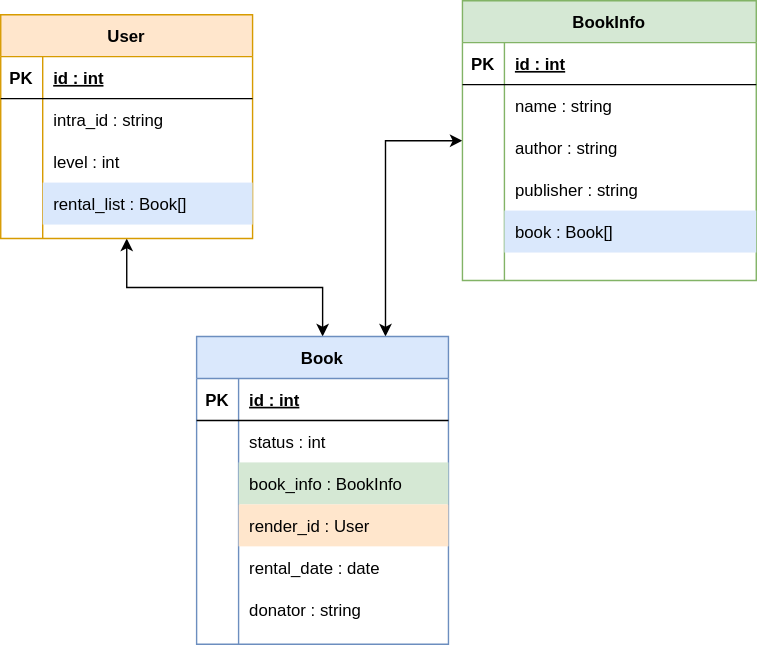
Before: 42LIB_DB_SCHEMA.svg, a diagram exported from draw.io (JaeSeoKim/book42book). Source tidied: cells renumbered, new cells last; positions are measured from the earlier drawing's top-left corner, leaving out a move shared by most shapes. Source of this version:
```xml
<mxGraphModel>
  <root>
    <mxCell id="0" />
    <mxCell id="1" parent="0" />
    <mxCell id="2" style="edgeStyle=orthogonalEdgeStyle;rounded=0;jettySize=auto;html=1;startArrow=classic;startFill=1;" parent="1" edge="1" source="3" target="30">
      <mxGeometry relative="1" as="geometry" />
    </mxCell>
    <mxCell id="3" value="User" style="shape=table;startSize=30;rowLines=0;fontStyle=1;align=center;fillColor=#ffe6cc;strokeColor=#d79b00;" parent="1" vertex="1">
      <mxGeometry y="10" width="180" height="160" as="geometry" />
    </mxCell>
    <mxCell id="4" style="shape=partialRectangle;fillColor=none;top=0;left=0;bottom=1;right=0;" parent="3" vertex="1">
      <mxGeometry y="30" width="180" height="30" as="geometry" />
    </mxCell>
    <mxCell id="5" value="PK" style="shape=partialRectangle;fillColor=none;top=0;left=0;bottom=0;right=0;fontStyle=1;overflow=hidden;" parent="4" vertex="1">
      <mxGeometry width="30" height="30" as="geometry" />
    </mxCell>
    <mxCell id="6" value="id : int" style="shape=partialRectangle;fillColor=none;top=0;left=0;bottom=0;right=0;align=left;spacingLeft=6;fontStyle=5;overflow=hidden;" parent="4" vertex="1">
      <mxGeometry x="30" width="150" height="30" as="geometry" />
    </mxCell>
    <mxCell id="7" style="shape=partialRectangle;fillColor=none;top=0;left=0;bottom=0;right=0;" parent="3" vertex="1">
      <mxGeometry y="60" width="180" height="30" as="geometry" />
    </mxCell>
    <mxCell id="8" style="shape=partialRectangle;fillColor=none;top=0;left=0;bottom=0;right=0;overflow=hidden;" parent="7" vertex="1">
      <mxGeometry width="30" height="30" as="geometry" />
    </mxCell>
    <mxCell id="9" value="intra_id : string" style="shape=partialRectangle;fillColor=none;top=0;left=0;bottom=0;right=0;align=left;spacingLeft=6;overflow=hidden;" parent="7" vertex="1">
      <mxGeometry x="30" width="150" height="30" as="geometry" />
    </mxCell>
    <mxCell id="10" style="shape=partialRectangle;fillColor=none;top=0;left=0;bottom=0;right=0;" parent="3" vertex="1">
      <mxGeometry y="90" width="180" height="30" as="geometry" />
    </mxCell>
    <mxCell id="11" style="shape=partialRectangle;fillColor=none;top=0;left=0;bottom=0;right=0;overflow=hidden;" parent="10" vertex="1">
      <mxGeometry width="30" height="30" as="geometry" />
    </mxCell>
    <mxCell id="12" value="level : int" style="shape=partialRectangle;fillColor=none;top=0;left=0;bottom=0;right=0;align=left;spacingLeft=6;overflow=hidden;" parent="10" vertex="1">
      <mxGeometry x="30" width="150" height="30" as="geometry" />
    </mxCell>
    <mxCell id="13" style="shape=partialRectangle;fillColor=none;top=0;left=0;bottom=0;right=0;" parent="3" vertex="1">
      <mxGeometry y="120" width="180" height="30" as="geometry" />
    </mxCell>
    <mxCell id="14" style="shape=partialRectangle;fillColor=none;top=0;left=0;bottom=0;right=0;overflow=hidden;" parent="13" vertex="1">
      <mxGeometry width="30" height="30" as="geometry" />
    </mxCell>
    <mxCell id="15" style="shape=partialRectangle;fillColor=none;top=0;left=0;bottom=0;right=0;align=left;spacingLeft=6;overflow=hidden;" parent="13" vertex="1">
      <mxGeometry x="30" width="150" height="30" as="geometry" />
    </mxCell>
    <mxCell id="16" style="edgeStyle=orthogonalEdgeStyle;rounded=0;jettySize=auto;html=1;entryX=0.75;entryY=0;entryDx=0;entryDy=0;startArrow=classic;startFill=1;strokeColor=#000000;" parent="1" edge="1" source="17" target="30">
      <mxGeometry relative="1" as="geometry" />
    </mxCell>
    <mxCell id="17" value="BookInfo" style="shape=table;startSize=30;rowLines=0;fontStyle=1;align=center;fillColor=#d5e8d4;strokeColor=#82b366;" parent="1" vertex="1">
      <mxGeometry x="330" width="210" height="200" as="geometry" />
    </mxCell>
    <mxCell id="18" style="shape=partialRectangle;fillColor=none;top=0;left=0;bottom=1;right=0;" parent="17" vertex="1">
      <mxGeometry y="30" width="210" height="30" as="geometry" />
    </mxCell>
    <mxCell id="19" value="PK" style="shape=partialRectangle;fillColor=none;top=0;left=0;bottom=0;right=0;fontStyle=1;overflow=hidden;" parent="18" vertex="1">
      <mxGeometry width="30" height="30" as="geometry" />
    </mxCell>
    <mxCell id="20" value="id : int" style="shape=partialRectangle;fillColor=none;top=0;left=0;bottom=0;right=0;align=left;spacingLeft=6;fontStyle=5;overflow=hidden;" parent="18" vertex="1">
      <mxGeometry x="30" width="180" height="30" as="geometry" />
    </mxCell>
    <mxCell id="21" style="shape=partialRectangle;fillColor=none;top=0;left=0;bottom=0;right=0;" parent="17" vertex="1">
      <mxGeometry y="60" width="210" height="30" as="geometry" />
    </mxCell>
    <mxCell id="22" style="shape=partialRectangle;fillColor=none;top=0;left=0;bottom=0;right=0;overflow=hidden;" parent="21" vertex="1">
      <mxGeometry width="30" height="30" as="geometry" />
    </mxCell>
    <mxCell id="23" value="name : string" style="shape=partialRectangle;fillColor=none;top=0;left=0;bottom=0;right=0;align=left;spacingLeft=6;overflow=hidden;" parent="21" vertex="1">
      <mxGeometry x="30" width="180" height="30" as="geometry" />
    </mxCell>
    <mxCell id="24" style="shape=partialRectangle;fillColor=none;top=0;left=0;bottom=0;right=0;" parent="17" vertex="1">
      <mxGeometry y="90" width="210" height="30" as="geometry" />
    </mxCell>
    <mxCell id="25" style="shape=partialRectangle;fillColor=none;top=0;left=0;bottom=0;right=0;overflow=hidden;" parent="24" vertex="1">
      <mxGeometry width="30" height="30" as="geometry" />
    </mxCell>
    <mxCell id="26" value="author : string" style="shape=partialRectangle;fillColor=none;top=0;left=0;bottom=0;right=0;align=left;spacingLeft=6;overflow=hidden;" parent="24" vertex="1">
      <mxGeometry x="30" width="180" height="30" as="geometry" />
    </mxCell>
    <mxCell id="27" style="shape=partialRectangle;fillColor=none;top=0;left=0;bottom=0;right=0;" parent="17" vertex="1">
      <mxGeometry y="120" width="210" height="30" as="geometry" />
    </mxCell>
    <mxCell id="28" style="shape=partialRectangle;fillColor=none;top=0;left=0;bottom=0;right=0;overflow=hidden;" parent="27" vertex="1">
      <mxGeometry width="30" height="30" as="geometry" />
    </mxCell>
    <mxCell id="29" value="publisher : string" style="shape=partialRectangle;fillColor=none;top=0;left=0;bottom=0;right=0;align=left;spacingLeft=6;overflow=hidden;" parent="27" vertex="1">
      <mxGeometry x="30" width="180" height="30" as="geometry" />
    </mxCell>
    <mxCell id="30" value="Book" style="shape=table;startSize=30;rowLines=0;fontStyle=1;align=center;fillColor=#dae8fc;strokeColor=#6c8ebf;" parent="1" vertex="1">
      <mxGeometry x="140" y="240" width="180" height="220" as="geometry" />
    </mxCell>
    <mxCell id="31" style="shape=partialRectangle;fillColor=none;top=0;left=0;bottom=1;right=0;" parent="30" vertex="1">
      <mxGeometry y="30" width="180" height="30" as="geometry" />
    </mxCell>
    <mxCell id="32" value="PK" style="shape=partialRectangle;fillColor=none;top=0;left=0;bottom=0;right=0;fontStyle=1;overflow=hidden;" parent="31" vertex="1">
      <mxGeometry width="30" height="30" as="geometry" />
    </mxCell>
    <mxCell id="33" value="id : int" style="shape=partialRectangle;fillColor=none;top=0;left=0;bottom=0;right=0;align=left;spacingLeft=6;fontStyle=5;overflow=hidden;" parent="31" vertex="1">
      <mxGeometry x="30" width="150" height="30" as="geometry" />
    </mxCell>
    <mxCell id="34" style="shape=partialRectangle;fillColor=none;top=0;left=0;bottom=0;right=0;" parent="30" vertex="1">
      <mxGeometry y="60" width="180" height="30" as="geometry" />
    </mxCell>
    <mxCell id="35" style="shape=partialRectangle;fillColor=none;top=0;left=0;bottom=0;right=0;overflow=hidden;" parent="34" vertex="1">
      <mxGeometry width="30" height="30" as="geometry" />
    </mxCell>
    <mxCell id="36" value="status : int" style="shape=partialRectangle;fillColor=none;top=0;left=0;bottom=0;right=0;align=left;spacingLeft=6;overflow=hidden;" parent="34" vertex="1">
      <mxGeometry x="30" width="150" height="30" as="geometry" />
    </mxCell>
    <mxCell id="37" style="shape=partialRectangle;fillColor=none;top=0;left=0;bottom=0;right=0;" parent="30" vertex="1">
      <mxGeometry y="90" width="180" height="30" as="geometry" />
    </mxCell>
    <mxCell id="38" style="shape=partialRectangle;fillColor=none;top=0;left=0;bottom=0;right=0;overflow=hidden;" parent="37" vertex="1">
      <mxGeometry width="30" height="30" as="geometry" />
    </mxCell>
    <mxCell id="39" value="book_info : BookInfo" style="shape=partialRectangle;fillColor=#d5e8d4;top=0;left=0;bottom=0;right=0;align=left;spacingLeft=6;overflow=hidden;strokeColor=#82b366;" parent="37" vertex="1">
      <mxGeometry x="30" width="150" height="30" as="geometry" />
    </mxCell>
    <mxCell id="40" style="shape=partialRectangle;fillColor=none;top=0;left=0;bottom=0;right=0;" parent="30" vertex="1">
      <mxGeometry y="120" width="180" height="30" as="geometry" />
    </mxCell>
    <mxCell id="41" style="shape=partialRectangle;fillColor=none;top=0;left=0;bottom=0;right=0;overflow=hidden;" parent="40" vertex="1">
      <mxGeometry width="30" height="30" as="geometry" />
    </mxCell>
    <mxCell id="42" value="render_id : User" style="shape=partialRectangle;fillColor=#ffe6cc;top=0;left=0;bottom=0;right=0;align=left;spacingLeft=6;overflow=hidden;strokeColor=#d79b00;" parent="40" vertex="1">
      <mxGeometry x="30" width="150" height="30" as="geometry" />
    </mxCell>
    <mxCell id="43" value="donator : string" style="shape=partialRectangle;fillColor=none;top=0;left=0;bottom=0;right=0;align=left;spacingLeft=6;overflow=hidden;" parent="1" vertex="1">
      <mxGeometry x="170" y="420" width="150" height="30" as="geometry" />
    </mxCell>
    <mxCell id="44" value="rental_date : date" style="shape=partialRectangle;fillColor=none;top=0;left=0;bottom=0;right=0;align=left;spacingLeft=6;overflow=hidden;" parent="1" vertex="1">
      <mxGeometry x="170" y="390" width="150" height="30" as="geometry" />
    </mxCell>
    <mxCell id="45" value="book : Book[]" style="shape=partialRectangle;fillColor=#dae8fc;top=0;left=0;bottom=0;right=0;align=left;spacingLeft=6;overflow=hidden;strokeColor=#6c8ebf;" parent="1" vertex="1">
      <mxGeometry x="360" y="150" width="180" height="30" as="geometry" />
    </mxCell>
    <mxCell id="46" value="rental_list : Book[]" style="shape=partialRectangle;fillColor=#dae8fc;top=0;left=0;bottom=0;right=0;align=left;spacingLeft=6;overflow=hidden;strokeColor=#6c8ebf;" parent="1" vertex="1">
      <mxGeometry x="30" y="130" width="150" height="30" as="geometry" />
    </mxCell>
  </root>
</mxGraphModel>
```
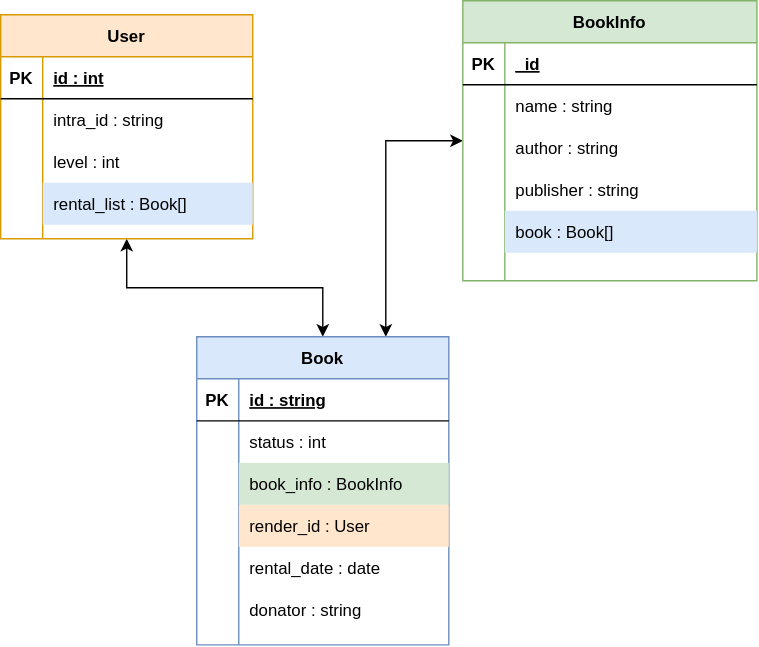
Above is the later version.

Diff of the diagram source:
```diff
@@ -56,7 +56,7 @@
     <mxCell id="19" value="PK" style="shape=partialRectangle;fillColor=none;top=0;left=0;bottom=0;right=0;fontStyle=1;overflow=hidden;" parent="18" vertex="1">
       <mxGeometry width="30" height="30" as="geometry" />
     </mxCell>
-    <mxCell id="20" value="id : int" style="shape=partialRectangle;fillColor=none;top=0;left=0;bottom=0;right=0;align=left;spacingLeft=6;fontStyle=5;overflow=hidden;" parent="18" vertex="1">
+    <mxCell id="20" value="_id" style="shape=partialRectangle;fillColor=none;top=0;left=0;bottom=0;right=0;align=left;spacingLeft=6;fontStyle=5;overflow=hidden;" parent="18" vertex="1">
       <mxGeometry x="30" width="180" height="30" as="geometry" />
     </mxCell>
     <mxCell id="21" style="shape=partialRectangle;fillColor=none;top=0;left=0;bottom=0;right=0;" parent="17" vertex="1">
@@ -95,7 +95,7 @@
     <mxCell id="32" value="PK" style="shape=partialRectangle;fillColor=none;top=0;left=0;bottom=0;right=0;fontStyle=1;overflow=hidden;" parent="31" vertex="1">
       <mxGeometry width="30" height="30" as="geometry" />
     </mxCell>
-    <mxCell id="33" value="id : int" style="shape=partialRectangle;fillColor=none;top=0;left=0;bottom=0;right=0;align=left;spacingLeft=6;fontStyle=5;overflow=hidden;" parent="31" vertex="1">
+    <mxCell id="33" value="id : string" style="shape=partialRectangle;fillColor=none;top=0;left=0;bottom=0;right=0;align=left;spacingLeft=6;fontStyle=5;overflow=hidden;" parent="31" vertex="1">
       <mxGeometry x="30" width="150" height="30" as="geometry" />
     </mxCell>
     <mxCell id="34" style="shape=partialRectangle;fillColor=none;top=0;left=0;bottom=0;right=0;" parent="30" vertex="1">
```
